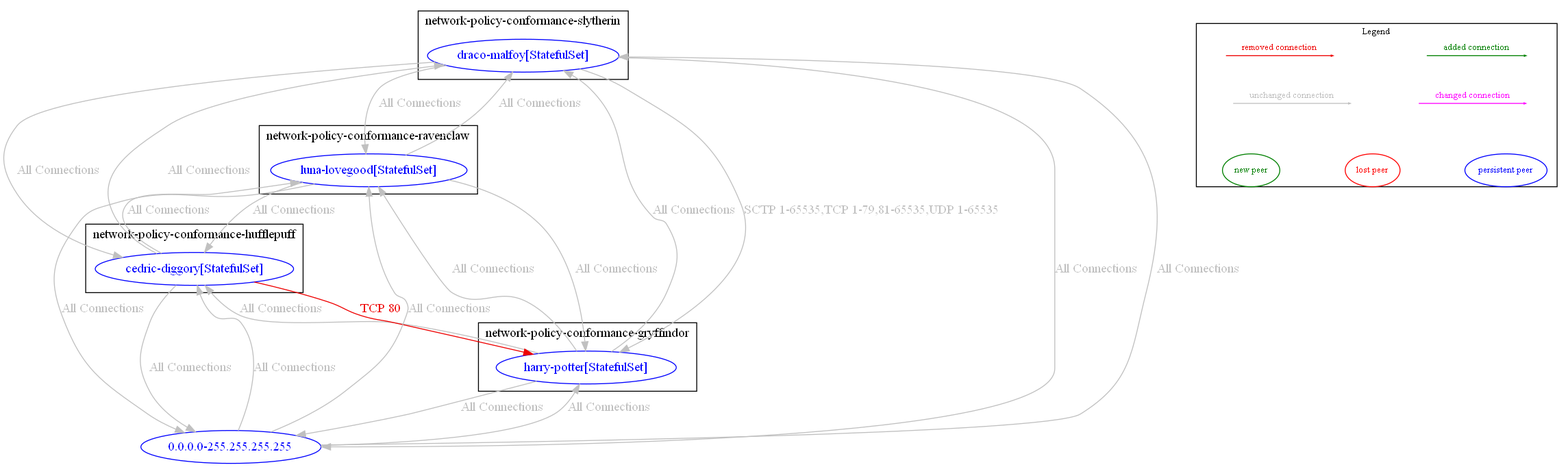
This is test_outputs/diff/diff_between_banp_test_core_ingress_tcp_swapping_rules_and_banp_test_core_ingress_tcp_rules.dot.png from np-guard/netpol-analyzer, a Graphviz export, as it was before one commit. Its source is kept beside it as test_outputs/diff/diff_between_banp_test_core_ingress_tcp_swapping_rules_and_banp_test_core_ingress_tcp_rules.dot.
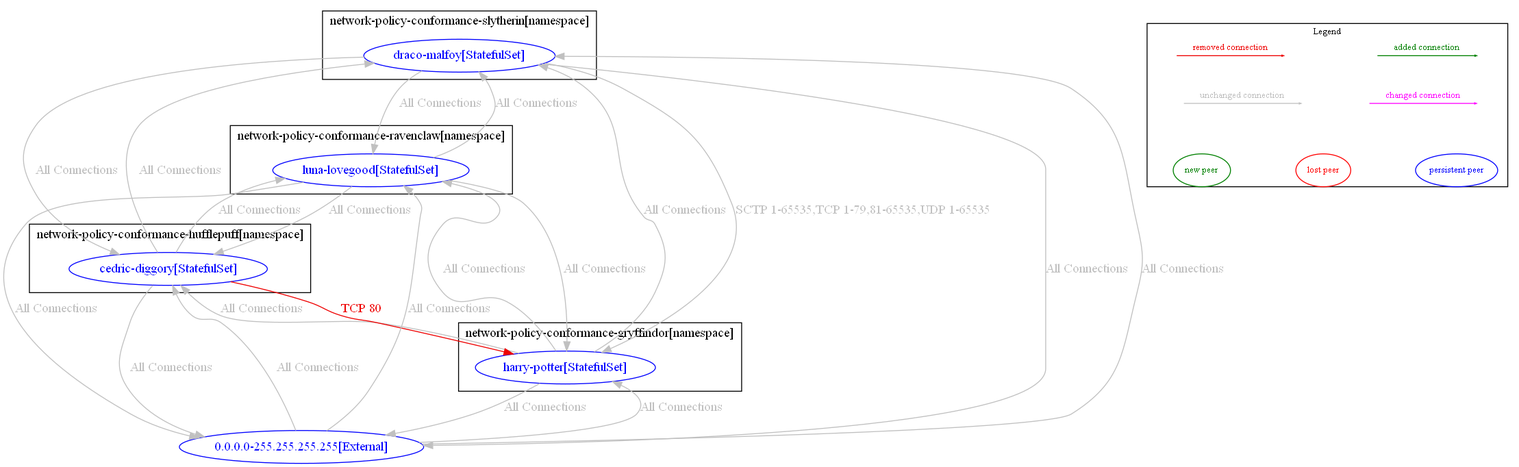
The same file after the commit.

The edit, as a diff of the source:
```diff
@@ -1,46 +1,46 @@
 digraph {
-	subgraph "cluster_network_policy_conformance_gryffindor" {
+	subgraph "cluster_network_policy_conformance_gryffindor[namespace]" {
 		color="black"
 		fontcolor="black"
 		"network-policy-conformance-gryffindor/harry-potter[StatefulSet]" [label="harry-potter[StatefulSet]" color="blue" fontcolor="blue"]
-		label="network-policy-conformance-gryffindor"
+		label="network-policy-conformance-gryffindor[namespace]"
 	}
-	subgraph "cluster_network_policy_conformance_hufflepuff" {
+	subgraph "cluster_network_policy_conformance_hufflepuff[namespace]" {
 		color="black"
 		fontcolor="black"
 		"network-policy-conformance-hufflepuff/cedric-diggory[StatefulSet]" [label="cedric-diggory[StatefulSet]" color="blue" fontcolor="blue"]
-		label="network-policy-conformance-hufflepuff"
+		label="network-policy-conformance-hufflepuff[namespace]"
 	}
-	subgraph "cluster_network_policy_conformance_ravenclaw" {
+	subgraph "cluster_network_policy_conformance_ravenclaw[namespace]" {
 		color="black"
 		fontcolor="black"
 		"network-policy-conformance-ravenclaw/luna-lovegood[StatefulSet]" [label="luna-lovegood[StatefulSet]" color="blue" fontcolor="blue"]
-		label="network-policy-conformance-ravenclaw"
+		label="network-policy-conformance-ravenclaw[namespace]"
 	}
-	subgraph "cluster_network_policy_conformance_slytherin" {
+	subgraph "cluster_network_policy_conformance_slytherin[namespace]" {
 		color="black"
 		fontcolor="black"
 		"network-policy-conformance-slytherin/draco-malfoy[StatefulSet]" [label="draco-malfoy[StatefulSet]" color="blue" fontcolor="blue"]
-		label="network-policy-conformance-slytherin"
+		label="network-policy-conformance-slytherin[namespace]"
 	}
-	"0.0.0.0-255.255.255.255" [label="0.0.0.0-255.255.255.255" color="blue" fontcolor="blue"]
-	"0.0.0.0-255.255.255.255" -> "network-policy-conformance-gryffindor/harry-potter[StatefulSet]" [label="All Connections" color="grey" fontcolor="grey" weight=0.5]
-	"0.0.0.0-255.255.255.255" -> "network-policy-conformance-hufflepuff/cedric-diggory[StatefulSet]" [label="All Connections" color="grey" fontcolor="grey" weight=0.5]
-	"0.0.0.0-255.255.255.255" -> "network-policy-conformance-ravenclaw/luna-lovegood[StatefulSet]" [label="All Connections" color="grey" fontcolor="grey" weight=0.5]
-	"0.0.0.0-255.255.255.255" -> "network-policy-conformance-slytherin/draco-malfoy[StatefulSet]" [label="All Connections" color="grey" fontcolor="grey" weight=0.5]
-	"network-policy-conformance-gryffindor/harry-potter[StatefulSet]" -> "0.0.0.0-255.255.255.255" [label="All Connections" color="grey" fontcolor="grey" weight=1]
+	"0.0.0.0-255.255.255.255[External]" [label="0.0.0.0-255.255.255.255[External]" color="blue" fontcolor="blue"]
+	"0.0.0.0-255.255.255.255[External]" -> "network-policy-conformance-gryffindor/harry-potter[StatefulSet]" [label="All Connections" color="grey" fontcolor="grey" weight=0.5]
+	"0.0.0.0-255.255.255.255[External]" -> "network-policy-conformance-hufflepuff/cedric-diggory[StatefulSet]" [label="All Connections" color="grey" fontcolor="grey" weight=0.5]
+	"0.0.0.0-255.255.255.255[External]" -> "network-policy-conformance-ravenclaw/luna-lovegood[StatefulSet]" [label="All Connections" color="grey" fontcolor="grey" weight=0.5]
+	"0.0.0.0-255.255.255.255[External]" -> "network-policy-conformance-slytherin/draco-malfoy[StatefulSet]" [label="All Connections" color="grey" fontcolor="grey" weight=0.5]
+	"network-policy-conformance-gryffindor/harry-potter[StatefulSet]" -> "0.0.0.0-255.255.255.255[External]" [label="All Connections" color="grey" fontcolor="grey" weight=1]
 	"network-policy-conformance-gryffindor/harry-potter[StatefulSet]" -> "network-policy-conformance-hufflepuff/cedric-diggory[StatefulSet]" [label="All Connections" color="grey" fontcolor="grey" weight=0.5]
 	"network-policy-conformance-gryffindor/harry-potter[StatefulSet]" -> "network-policy-conformance-ravenclaw/luna-lovegood[StatefulSet]" [label="All Connections" color="grey" fontcolor="grey" weight=0.5]
 	"network-policy-conformance-gryffindor/harry-potter[StatefulSet]" -> "network-policy-conformance-slytherin/draco-malfoy[StatefulSet]" [label="All Connections" color="grey" fontcolor="grey" weight=0.5]
-	"network-policy-conformance-hufflepuff/cedric-diggory[StatefulSet]" -> "0.0.0.0-255.255.255.255" [label="All Connections" color="grey" fontcolor="grey" weight=1]
+	"network-policy-conformance-hufflepuff/cedric-diggory[StatefulSet]" -> "0.0.0.0-255.255.255.255[External]" [label="All Connections" color="grey" fontcolor="grey" weight=1]
 	"network-policy-conformance-hufflepuff/cedric-diggory[StatefulSet]" -> "network-policy-conformance-gryffindor/harry-potter[StatefulSet]" [label="TCP 80" color="red2" fontcolor="red2" weight=1]
 	"network-policy-conformance-hufflepuff/cedric-diggory[StatefulSet]" -> "network-policy-conformance-ravenclaw/luna-lovegood[StatefulSet]" [label="All Connections" color="grey" fontcolor="grey" weight=0.5]
 	"network-policy-conformance-hufflepuff/cedric-diggory[StatefulSet]" -> "network-policy-conformance-slytherin/draco-malfoy[StatefulSet]" [label="All Connections" color="grey" fontcolor="grey" weight=0.5]
-	"network-policy-conformance-ravenclaw/luna-lovegood[StatefulSet]" -> "0.0.0.0-255.255.255.255" [label="All Connections" color="grey" fontcolor="grey" weight=1]
+	"network-policy-conformance-ravenclaw/luna-lovegood[StatefulSet]" -> "0.0.0.0-255.255.255.255[External]" [label="All Connections" color="grey" fontcolor="grey" weight=1]
 	"network-policy-conformance-ravenclaw/luna-lovegood[StatefulSet]" -> "network-policy-conformance-gryffindor/harry-potter[StatefulSet]" [label="All Connections" color="grey" fontcolor="grey" weight=1]
 	"network-policy-conformance-ravenclaw/luna-lovegood[StatefulSet]" -> "network-policy-conformance-hufflepuff/cedric-diggory[StatefulSet]" [label="All Connections" color="grey" fontcolor="grey" weight=1]
 	"network-policy-conformance-ravenclaw/luna-lovegood[StatefulSet]" -> "network-policy-conformance-slytherin/draco-malfoy[StatefulSet]" [label="All Connections" color="grey" fontcolor="grey" weight=0.5]
-	"network-policy-conformance-slytherin/draco-malfoy[StatefulSet]" -> "0.0.0.0-255.255.255.255" [label="All Connections" color="grey" fontcolor="grey" weight=1]
+	"network-policy-conformance-slytherin/draco-malfoy[StatefulSet]" -> "0.0.0.0-255.255.255.255[External]" [label="All Connections" color="grey" fontcolor="grey" weight=1]
 	"network-policy-conformance-slytherin/draco-malfoy[StatefulSet]" -> "network-policy-conformance-gryffindor/harry-potter[StatefulSet]" [label="SCTP 1-65535,TCP 1-79,81-65535,UDP 1-65535" color="grey" fontcolor="grey" weight=1]
 	"network-policy-conformance-slytherin/draco-malfoy[StatefulSet]" -> "network-policy-conformance-hufflepuff/cedric-diggory[StatefulSet]" [label="All Connections" color="grey" fontcolor="grey" weight=1]
 	"network-policy-conformance-slytherin/draco-malfoy[StatefulSet]" -> "network-policy-conformance-ravenclaw/luna-lovegood[StatefulSet]" [label="All Connections" color="grey" fontcolor="grey" weight=1]
```
